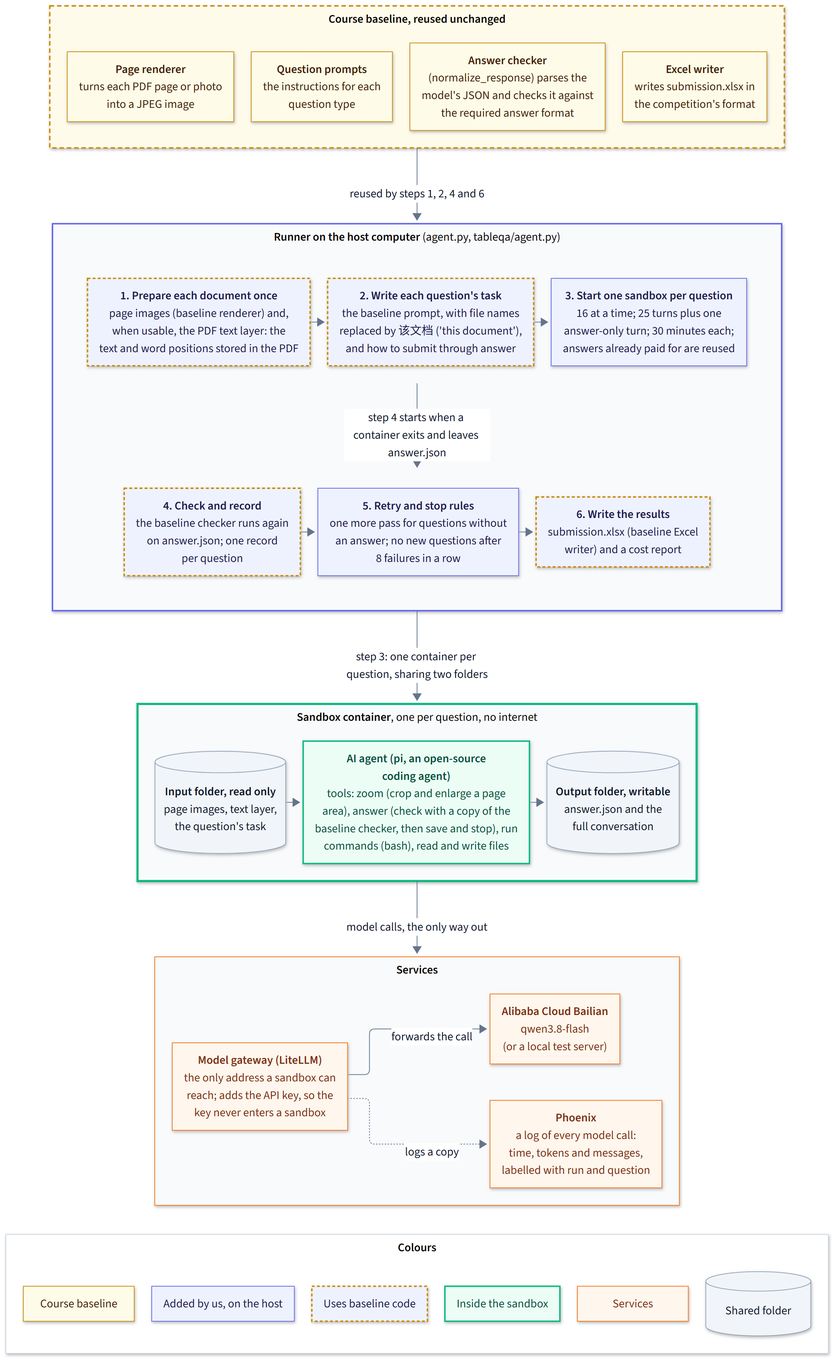
The Mermaid diagram docs/diagrams/architecture.png in eric15342335/AIFep-FDU.github.io, before a commit. Its source is kept beside it as docs/diagrams/architecture.mmd.
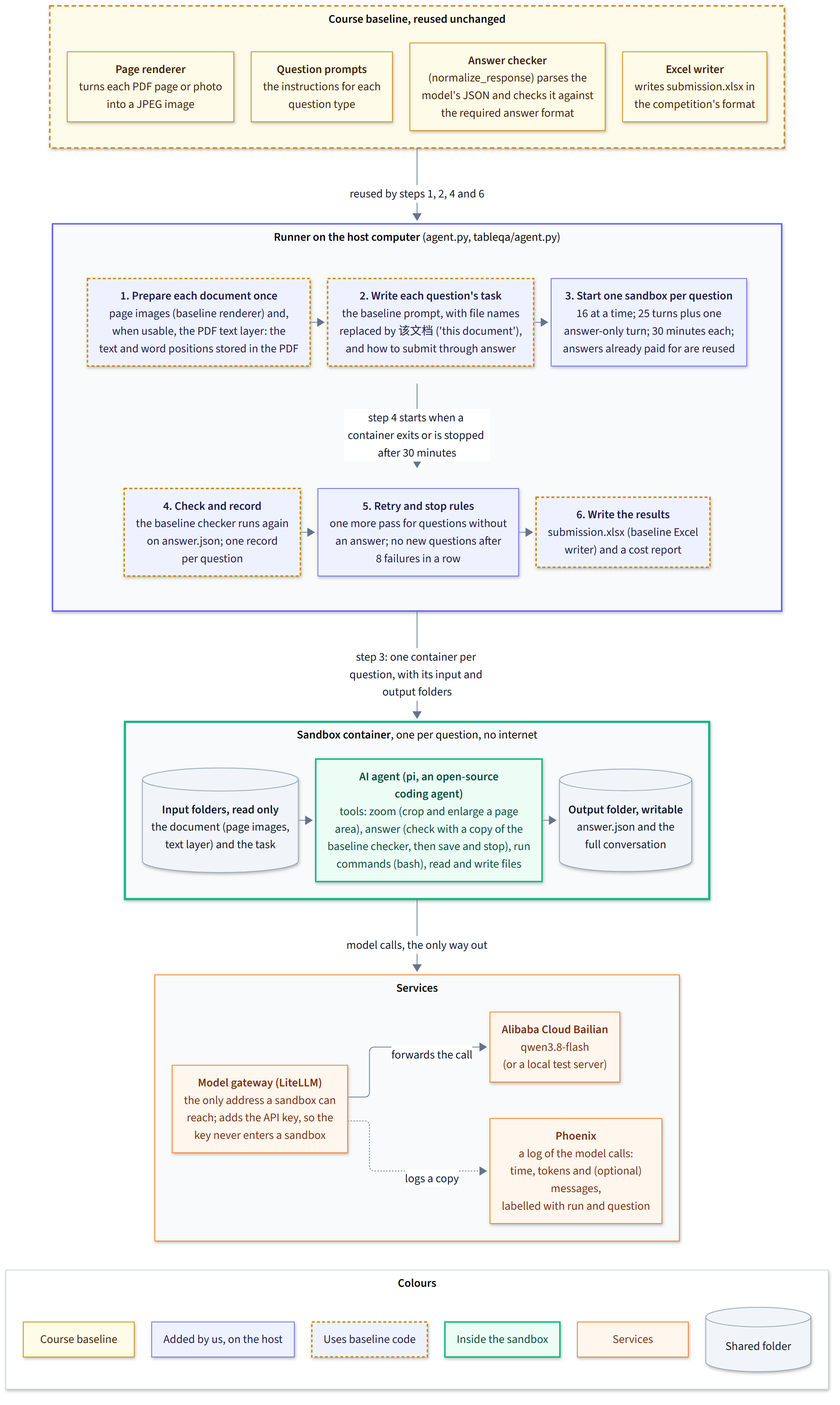
Later version of the same file.

What changed in the source:
```diff
@@ -25,12 +25,12 @@
             out["<b>6. Write the results</b><br/>submission.xlsx (baseline Excel<br/>writer) and a cost report"]
             check --> retry --> out
         end
-        ROW1 -- "step 4 starts when a container exits and leaves answer.json" --> ROW2
+        ROW1 -- "step 4 starts when a container exits or is stopped after 30 minutes" --> ROW2
     end
 
     subgraph BOX["<b>Sandbox container</b>, one per question, no internet"]
         direction LR
-        input[("<b>Input folder, read only</b><br/>page images, text layer,<br/>the question's task")]
+        input[("<b>Input folders, read only</b><br/>the document (page images,<br/>text layer) and the task")]
         agent["<b>AI agent (pi, an open-source<br/>coding agent)</b><br/>tools: zoom (crop and enlarge a page<br/>area), answer (check with a copy of the<br/>baseline checker, then save and stop), run<br/>commands (bash), read and write files"]
         output[("<b>Output folder, writable</b><br/>answer.json and the<br/>full conversation")]
         input --> agent --> output
@@ -40,7 +40,7 @@
         direction LR
         gw["<b>Model gateway (LiteLLM)</b><br/>the only address a sandbox can<br/>reach; adds the API key, so the<br/>key never enters a sandbox"]
         model["<b>Alibaba Cloud Bailian</b><br/>qwen3.8-flash<br/>(or a local test server)"]
-        trace["<b>Phoenix</b><br/>a log of every model call:<br/>time, tokens and messages,<br/>labelled with run and question"]
+        trace["<b>Phoenix</b><br/>a log of the model calls:<br/>time, tokens and (optional)<br/>messages,<br/>labelled with run and question"]
         gw -- "forwards the call" --> model
         gw -. "logs a copy" .-> trace
     end
@@ -51,7 +51,7 @@
     end
 
     BASE -- "reused by steps 1, 2, 4 and 6" --> HOST
-    HOST -- "step 3: one container per question, sharing two folders" --> BOX
+    HOST -- "step 3: one container per question, with its input and output folders" --> BOX
     BOX -- "model calls, the only way out" --> SVC
     SVC ~~~ KEY
 
```
